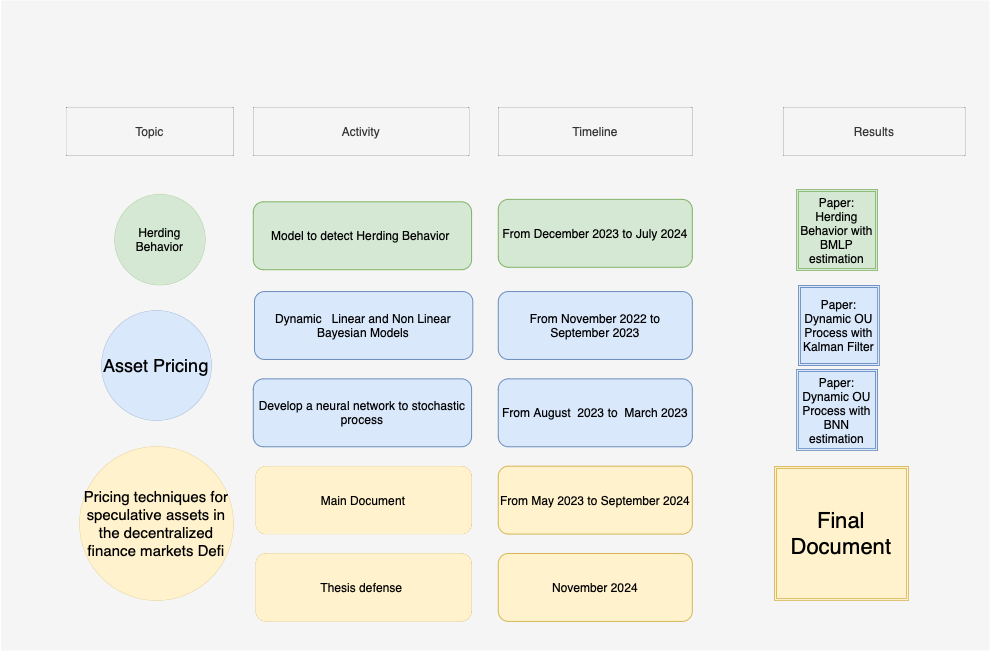
The draw.io diagram schedule2.png in Andres1984/Andres.github.io, before a commit. Source tidied: cells renumbered, new cells last; positions are measured from the earlier drawing's top-left corner, leaving out a move shared by most shapes.
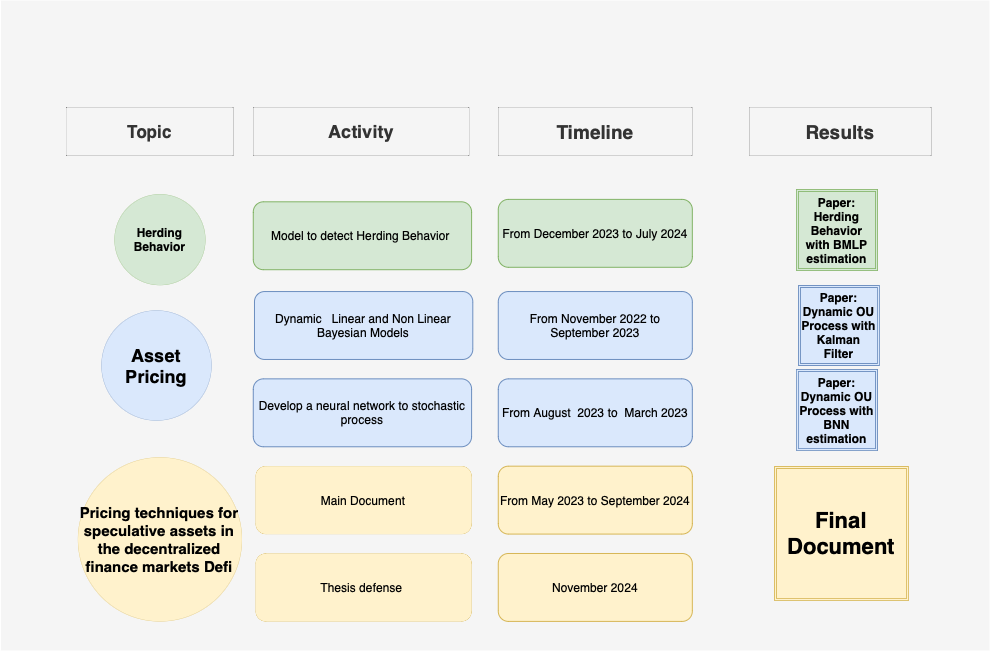
The same file after the commit.

What changed in the source:
```diff
@@ -2,7 +2,7 @@
   <root>
     <mxCell id="0" />
     <mxCell id="1" parent="0" />
-    <mxCell id="2" style="group;" parent="1" vertex="1">
+    <mxCell id="2" style="group;fontStyle=1;" parent="1" vertex="1">
       <mxGeometry x="49" width="940" height="650" as="geometry" />
     </mxCell>
     <mxCell id="3" style="rounded=0;whiteSpace=wrap;html=1;strokeColor=none;fillColor=#f5f5f5;fontColor=#333333;" parent="2" vertex="1">
@@ -11,10 +11,10 @@
     <mxCell id="4" value="Develop a neural network to stochastic process" style="rounded=1;whiteSpace=wrap;html=1;fillColor=#dae8fc;strokeColor=#6c8ebf;" parent="2" vertex="1">
       <mxGeometry x="203.8" y="378.4" width="218.3" height="67.9" as="geometry" />
     </mxCell>
-    <mxCell id="5" value="Activity" style="text;html=1;strokeColor=#666666;fillColor=#f5f5f5;align=center;verticalAlign=middle;whiteSpace=wrap;rounded=0;dashed=1;dashPattern=1 4;strokeWidth=0;fontColor=#333333;" parent="2" vertex="1">
+    <mxCell id="5" value="Activity" style="text;html=1;strokeColor=#666666;fillColor=#f5f5f5;align=center;verticalAlign=middle;whiteSpace=wrap;rounded=0;dashed=1;dashPattern=1 4;strokeWidth=0;fontColor=#333333;fontStyle=1;fontSize=18;" parent="2" vertex="1">
       <mxGeometry x="203.8" y="106.7" width="215.9" height="48.5" as="geometry" />
     </mxCell>
-    <mxCell id="6" value="Timeline" style="rounded=0;whiteSpace=wrap;html=1;dashed=1;dashPattern=1 4;strokeColor=#666666;strokeWidth=0;fillColor=#f5f5f5;fontColor=#333333;" parent="2" vertex="1">
+    <mxCell id="6" value="Timeline" style="rounded=0;whiteSpace=wrap;html=1;dashed=1;dashPattern=1 4;strokeColor=#666666;strokeWidth=0;fillColor=#f5f5f5;fontColor=#333333;fontStyle=1;fontSize=19;" parent="2" vertex="1">
       <mxGeometry x="448.8" y="106.7" width="194.1" height="48.5" as="geometry" />
     </mxCell>
     <mxCell id="7" value="From November 2022 to September 2023" style="rounded=1;whiteSpace=wrap;html=1;fillColor=#dae8fc;strokeColor=#6c8ebf;" parent="2" vertex="1">
@@ -26,22 +26,22 @@
     <mxCell id="9" value="From December 2023 to July 2024" style="rounded=1;whiteSpace=wrap;html=1;fillColor=#d5e8d4;strokeColor=#82b366;" parent="2" vertex="1">
       <mxGeometry x="448.8" y="198.9" width="194.1" height="67.9" as="geometry" />
     </mxCell>
-    <mxCell id="10" value="Herding Behavior" style="ellipse;whiteSpace=wrap;html=1;dashed=1;dashPattern=1 4;strokeColor=#82b366;strokeWidth=0;fillColor=#d5e8d4;" parent="2" vertex="1">
+    <mxCell id="10" value="Herding Behavior" style="ellipse;whiteSpace=wrap;html=1;dashed=1;dashPattern=1 4;strokeColor=#82b366;strokeWidth=0;fillColor=#d5e8d4;fontStyle=1;" parent="2" vertex="1">
       <mxGeometry x="65" y="193.8" width="90.8" height="90.8" as="geometry" />
     </mxCell>
-    <mxCell id="11" value="&lt;font style=&quot;font-size: 18px;&quot;&gt;Asset Pricing&lt;/font&gt;" style="ellipse;whiteSpace=wrap;html=1;dashed=1;dashPattern=1 4;strokeColor=#6c8ebf;strokeWidth=0;fillColor=#dae8fc;" parent="2" vertex="1">
+    <mxCell id="11" value="&lt;font style=&quot;font-size: 18px;&quot;&gt;Asset Pricing&lt;/font&gt;" style="ellipse;whiteSpace=wrap;html=1;dashed=1;dashPattern=1 4;strokeColor=#6c8ebf;strokeWidth=0;fillColor=#dae8fc;fontStyle=1;" parent="2" vertex="1">
       <mxGeometry x="52" y="310" width="110" height="110" as="geometry" />
     </mxCell>
-    <mxCell id="12" value="Paper: Herding Behavior with BMLP estimation" style="shape=ext;double=1;whiteSpace=wrap;html=1;dashed=1;dashPattern=1 4;strokeColor=#82b366;strokeWidth=0;fillColor=#d5e8d4;" parent="2" vertex="1">
+    <mxCell id="12" value="Paper: Herding Behavior with BMLP estimation" style="shape=ext;double=1;whiteSpace=wrap;html=1;dashed=1;dashPattern=1 4;strokeColor=#82b366;strokeWidth=0;fillColor=#d5e8d4;fontStyle=1;" parent="2" vertex="1">
       <mxGeometry x="747" y="189.2" width="80.8" height="80.8" as="geometry" />
     </mxCell>
-    <mxCell id="13" value="Results" style="text;html=1;strokeColor=#666666;fillColor=#f5f5f5;align=center;verticalAlign=middle;whiteSpace=wrap;rounded=0;dashed=1;dashPattern=1 4;strokeWidth=0;fontColor=#333333;" parent="2" vertex="1">
-      <mxGeometry x="733.8" y="106.7" width="181.9" height="48.5" as="geometry" />
+    <mxCell id="13" value="Results" style="text;html=1;strokeColor=#666666;fillColor=#f5f5f5;align=center;verticalAlign=middle;whiteSpace=wrap;rounded=0;dashed=1;dashPattern=1 4;strokeWidth=0;fontColor=#333333;fontStyle=1;fontSize=19;" parent="2" vertex="1">
+      <mxGeometry x="700" y="106.7" width="181.9" height="48.5" as="geometry" />
     </mxCell>
-    <mxCell id="14" value="Paper: Dynamic OU Process with BNN estimation" style="shape=ext;double=1;whiteSpace=wrap;html=1;dashed=1;dashPattern=1 4;strokeColor=#6c8ebf;strokeWidth=0;fillColor=#dae8fc;" parent="2" vertex="1">
+    <mxCell id="14" value="Paper: Dynamic OU Process with BNN estimation" style="shape=ext;double=1;whiteSpace=wrap;html=1;dashed=1;dashPattern=1 4;strokeColor=#6c8ebf;strokeWidth=0;fillColor=#dae8fc;fontStyle=1;" parent="2" vertex="1">
       <mxGeometry x="747" y="369.4" width="80.7" height="80.7" as="geometry" />
     </mxCell>
-    <mxCell id="15" value="Topic" style="text;html=1;strokeColor=#666666;fillColor=#f5f5f5;align=center;verticalAlign=middle;whiteSpace=wrap;rounded=0;dashed=1;dashPattern=1 4;strokeWidth=0;fontColor=#333333;" parent="2" vertex="1">
+    <mxCell id="15" value="Topic" style="text;html=1;strokeColor=#666666;fillColor=#f5f5f5;align=center;verticalAlign=middle;whiteSpace=wrap;rounded=0;dashed=1;dashPattern=1 4;strokeWidth=0;fontColor=#333333;fontStyle=1;fontSize=17;" parent="2" vertex="1">
       <mxGeometry x="16.6" y="106.7" width="167.4" height="48.5" as="geometry" />
     </mxCell>
     <mxCell id="16" value="Main Document" style="rounded=1;whiteSpace=wrap;html=1;dashed=1;dashPattern=1 4;strokeColor=#d6b656;strokeWidth=0;fillColor=#fff2cc;" parent="2" vertex="1">
@@ -50,10 +50,10 @@
     <mxCell id="17" value="From May 2023 to September 2024" style="rounded=1;whiteSpace=wrap;html=1;fillColor=#fff2cc;strokeColor=#d6b656;" parent="2" vertex="1">
       <mxGeometry x="448.8" y="465.7" width="194.1" height="67.9" as="geometry" />
     </mxCell>
-    <mxCell id="18" value="&lt;font style=&quot;font-size: 22px;&quot;&gt;Final Document&lt;/font&gt;" style="shape=ext;double=1;whiteSpace=wrap;html=1;dashed=1;dashPattern=1 4;strokeColor=#d6b656;strokeWidth=0;fillColor=#fff2cc;" parent="2" vertex="1">
+    <mxCell id="18" value="&lt;font style=&quot;font-size: 22px;&quot;&gt;Final Document&lt;/font&gt;" style="shape=ext;double=1;whiteSpace=wrap;html=1;dashed=1;dashPattern=1 4;strokeColor=#d6b656;strokeWidth=0;fillColor=#fff2cc;fontStyle=1;" parent="2" vertex="1">
       <mxGeometry x="724.7" y="465.7" width="134.3" height="134.3" as="geometry" />
     </mxCell>
-    <mxCell id="19" value="Paper: Dynamic OU Process with Kalman Filter" style="shape=ext;double=1;whiteSpace=wrap;html=1;dashed=1;dashPattern=1 4;strokeColor=#6c8ebf;strokeWidth=0;fillColor=#dae8fc;" parent="2" vertex="1">
+    <mxCell id="19" value="Paper: Dynamic OU Process with Kalman Filter" style="shape=ext;double=1;whiteSpace=wrap;html=1;dashed=1;dashPattern=1 4;strokeColor=#6c8ebf;strokeWidth=0;fillColor=#dae8fc;fontStyle=1;" parent="2" vertex="1">
       <mxGeometry x="749.3" y="284.6" width="80.8" height="80.8" as="geometry" />
     </mxCell>
     <mxCell id="20" value="From August &amp;nbsp;2023 to &amp;nbsp;March 2023" style="rounded=1;whiteSpace=wrap;html=1;fillColor=#dae8fc;strokeColor=#6c8ebf;" parent="2" vertex="1">
@@ -62,8 +62,8 @@
     <mxCell id="21" value="Dynamic &amp;nbsp; Linear and Non Linear Bayesian Models" style="rounded=1;whiteSpace=wrap;html=1;fillColor=#dae8fc;strokeColor=#6c8ebf;" parent="2" vertex="1">
       <mxGeometry x="205" y="291" width="218.3" height="67.9" as="geometry" />
     </mxCell>
-    <mxCell id="22" value="&lt;font style=&quot;font-size: 15px;&quot;&gt;Pricing techniques for speculative assets in the decentralized finance markets Defi&lt;/font&gt;" style="ellipse;whiteSpace=wrap;html=1;dashed=1;dashPattern=1 4;strokeColor=#d6b656;strokeWidth=0;fillColor=#fff2cc;" parent="2" vertex="1">
-      <mxGeometry x="30" y="446" width="154" height="154" as="geometry" />
+    <mxCell id="22" value="&lt;font style=&quot;font-size: 15px;&quot;&gt;Pricing techniques for speculative assets in the decentralized finance markets Defi&lt;/font&gt;" style="ellipse;whiteSpace=wrap;html=1;dashed=1;dashPattern=1 4;strokeColor=#d6b656;strokeWidth=0;fillColor=#fff2cc;fontStyle=1;" parent="2" vertex="1">
+      <mxGeometry x="28.5" y="456.9" width="164" height="164" as="geometry" />
     </mxCell>
     <mxCell id="23" value="Thesis defense&amp;nbsp;" style="rounded=1;whiteSpace=wrap;html=1;dashed=1;dashPattern=1 4;strokeColor=#d6b656;strokeWidth=0;fillColor=#fff2cc;" parent="2" vertex="1">
       <mxGeometry x="206.2" y="553" width="215.9" height="67.9" as="geometry" />
```
